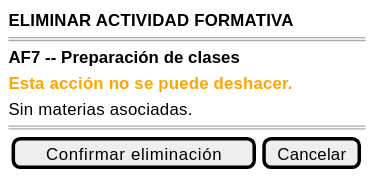
The PlantUML diagram images/RUP/01-requisitos/03-detalle-casos-uso/eliminarActividadFormativa/wireframe-confirmacion.svg in mmasias/pyCeldaPublico, before a commit.
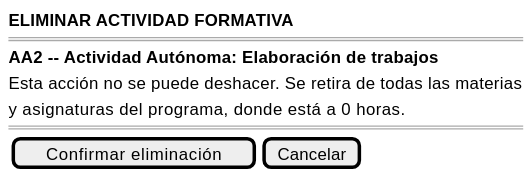
Above is the later version.

Diff of the diagram source:
```diff
@@ -2,10 +2,10 @@
 {
     <b>ELIMINAR ACTIVIDAD FORMATIVA</b>
     ====
-    <b>AF7 -- Preparación de clases</b>
+    <b>AA2 -- Actividad Autónoma: Elaboración de trabajos</b>
 
-    <color:orange><b>Esta acción no se puede deshacer.</b></color>
-    Sin materias asociadas.
+    Esta acción no se puede deshacer. Se retira de todas las materias
+    y asignaturas del programa, donde está a 0 horas.
     ====
     {[Confirmar eliminación] | [Cancelar]}
 }
```
